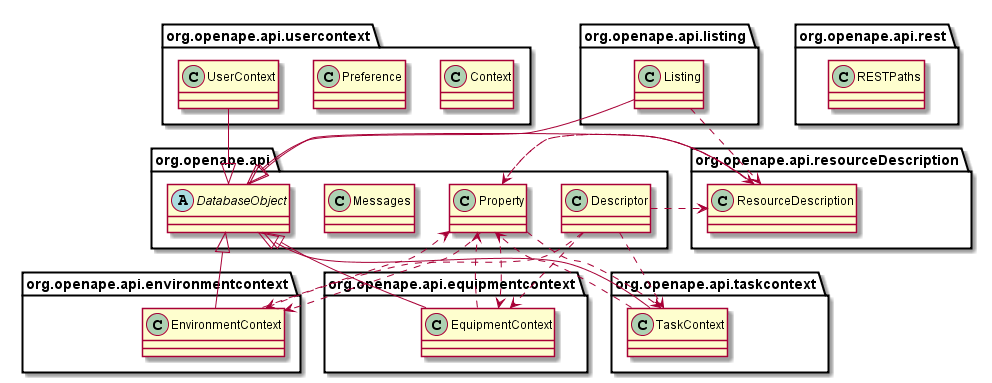
Earlier version of the PlantUML export documentation/apiuml.png (REMEXLabs/OpenAPE).
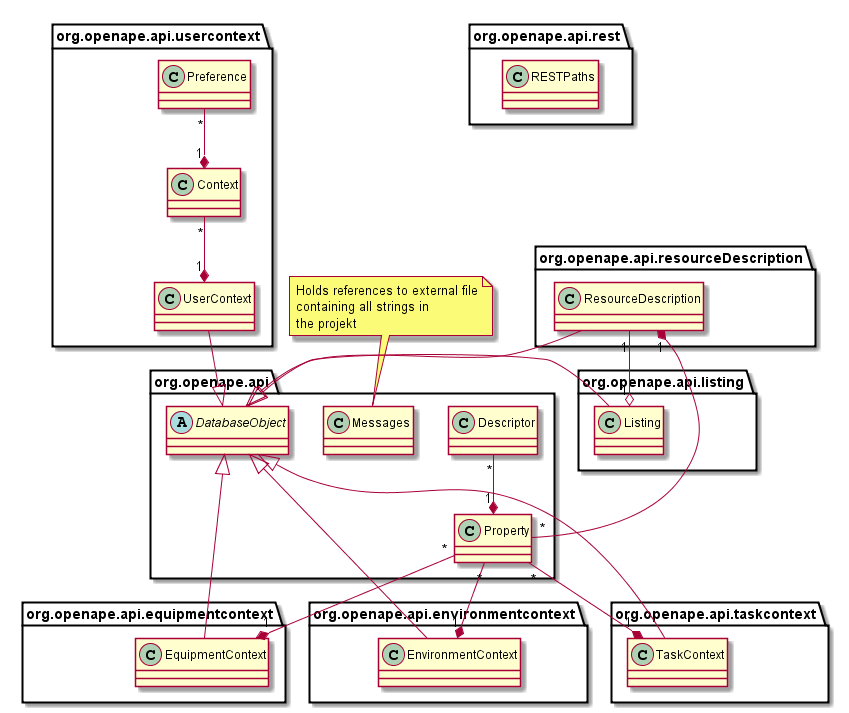
After the commit.

Commit message:
fix: cleanup uml diagramms

The edit, as a diff of the source:
```diff
@@ -2,6 +2,7 @@
 abstract class org.openape.api.DatabaseObject
 class org.openape.api.Descriptor
 class org.openape.api.Messages
+note left: Holds references to external file\ncontaining all strings in\nthe projekt
 class org.openape.api.Property
 class org.openape.api.environmentcontext.EnvironmentContext
 class org.openape.api.equipmentcontext.EquipmentContext
@@ -12,23 +13,18 @@
 class org.openape.api.usercontext.Context
 class org.openape.api.usercontext.Preference
 class org.openape.api.usercontext.UserContext
-org.openape.api.Descriptor ..> org.openape.api.environmentcontext.EnvironmentContext
-org.openape.api.Descriptor ..> org.openape.api.equipmentcontext.EquipmentContext
-org.openape.api.Descriptor ..> org.openape.api.resourceDescription.ResourceDescription
-org.openape.api.Descriptor ..> org.openape.api.taskcontext.TaskContext
-org.openape.api.Property ..> org.openape.api.environmentcontext.EnvironmentContext
-org.openape.api.Property ..> org.openape.api.equipmentcontext.EquipmentContext
-org.openape.api.Property ..> org.openape.api.resourceDescription.ResourceDescription
-org.openape.api.Property ..> org.openape.api.taskcontext.TaskContext
+org.openape.api.usercontext.Preference "*" --* "1" org.openape.api.usercontext.Context
+org.openape.api.usercontext.Context "*" --* "1" org.openape.api.usercontext.UserContext
+org.openape.api.Descriptor "*" --* "1" org.openape.api.Property
+org.openape.api.Property "*" --* "1" org.openape.api.environmentcontext.EnvironmentContext
+org.openape.api.Property "*" --* "1" org.openape.api.equipmentcontext.EquipmentContext
+org.openape.api.Property "*" --* "1" org.openape.api.resourceDescription.ResourceDescription
+org.openape.api.Property "*" --* "1" org.openape.api.taskcontext.TaskContext
 org.openape.api.environmentcontext.EnvironmentContext --|> org.openape.api.DatabaseObject
-org.openape.api.environmentcontext.EnvironmentContext ..> org.openape.api.Property
 org.openape.api.equipmentcontext.EquipmentContext --|> org.openape.api.DatabaseObject
-org.openape.api.equipmentcontext.EquipmentContext ..> org.openape.api.Property
 org.openape.api.listing.Listing --|> org.openape.api.DatabaseObject
-org.openape.api.listing.Listing ..> org.openape.api.resourceDescription.ResourceDescription
+org.openape.api.resourceDescription.ResourceDescription "1" --o "1" org.openape.api.listing.Listing
 org.openape.api.resourceDescription.ResourceDescription --|> org.openape.api.DatabaseObject
-org.openape.api.resourceDescription.ResourceDescription ..> org.openape.api.Property
 org.openape.api.taskcontext.TaskContext --|> org.openape.api.DatabaseObject
-org.openape.api.taskcontext.TaskContext ..> org.openape.api.Property
 org.openape.api.usercontext.UserContext --|> org.openape.api.DatabaseObject
 @enduml
```
